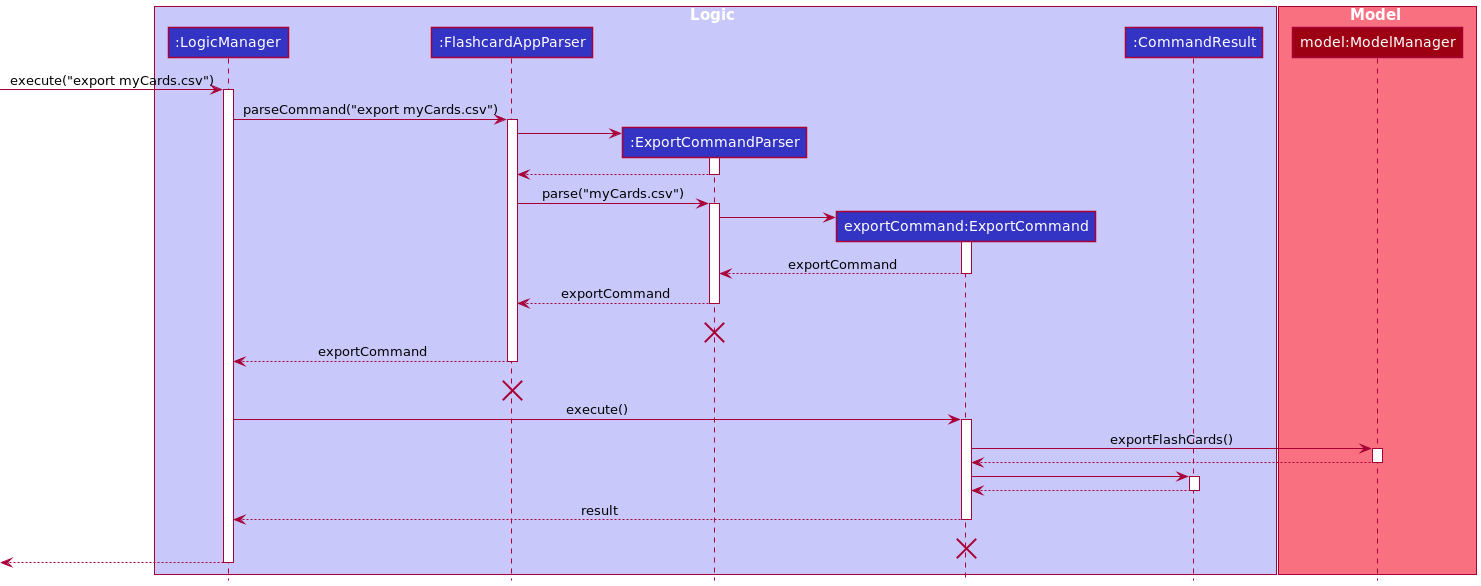
Above: docs/images/ExportSequenceDiagram.png in sharmainec/tp (PlantUML), before the change. Source of this version:
```plantuml
@startuml
!include style.puml

box Logic LOGIC_COLOR_T1
participant ":LogicManager" as LogicManager LOGIC_COLOR
participant ":FlashcardAppParser" as FlashcardAppParser LOGIC_COLOR
participant ":ExportCommandParser" as ExportCommandParser LOGIC_COLOR
participant "exportCommand:ExportCommand" as ExportCommand LOGIC_COLOR
participant ":CommandResult" as CommandResult LOGIC_COLOR
end box

box Model MODEL_COLOR_T1
participant "model:ModelManager" as Model MODEL_COLOR
end box

[-> LogicManager : execute("export myCards.csv")
activate LogicManager

LogicManager -> FlashcardAppParser : parseCommand("export myCards.csv")
activate FlashcardAppParser

create ExportCommandParser
FlashcardAppParser -> ExportCommandParser
activate ExportCommandParser

ExportCommandParser --> FlashcardAppParser
deactivate ExportCommandParser

FlashcardAppParser -> ExportCommandParser: parse("myCards.csv")
activate ExportCommandParser

create ExportCommand
ExportCommandParser -> ExportCommand
activate ExportCommand

ExportCommand --> ExportCommandParser : exportCommand
deactivate ExportCommand

ExportCommandParser --> FlashcardAppParser: exportCommand
deactivate ExportCommandParser

ExportCommandParser -[hidden]-> FlashcardAppParser: exportCommand
destroy ExportCommandParser

FlashcardAppParser --> LogicManager : exportCommand
deactivate FlashcardAppParser

FlashcardAppParser -[hidden]-> LogicManager : exportCommand
destroy FlashcardAppParser

LogicManager -> ExportCommand : execute()
activate ExportCommand

ExportCommand -> Model : exportFlashCards()
activate Model

Model --> ExportCommand
deactivate Model

ExportCommand -> CommandResult
activate CommandResult

CommandResult --> ExportCommand
deactivate CommandResult

ExportCommand --> LogicManager : result
deactivate ExportCommand

ExportCommand -[hidden]-> LogicManager : result
destroy ExportCommand

[<--LogicManager
deactivate LogicManager
@enduml
```
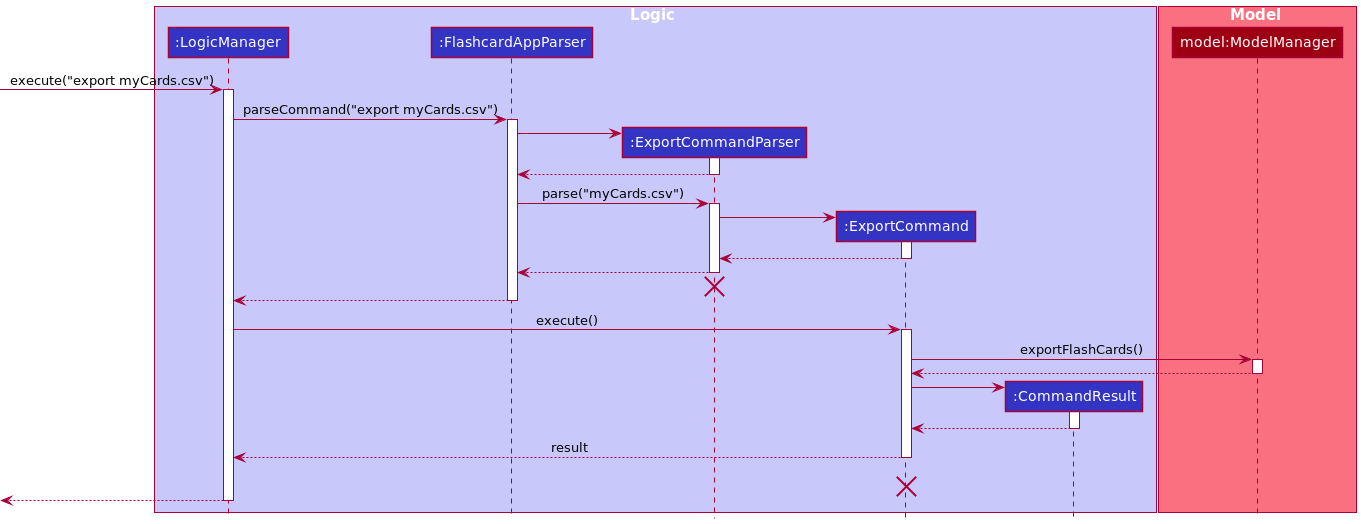
The same diagram one commit later.

Commit message:
Edit UML diagrams

The edit, as a diff of the source:
```diff
@@ -5,7 +5,7 @@
 participant ":LogicManager" as LogicManager LOGIC_COLOR
 participant ":FlashcardAppParser" as FlashcardAppParser LOGIC_COLOR
 participant ":ExportCommandParser" as ExportCommandParser LOGIC_COLOR
-participant "exportCommand:ExportCommand" as ExportCommand LOGIC_COLOR
+participant ":ExportCommand" as ExportCommand LOGIC_COLOR
 participant ":CommandResult" as CommandResult LOGIC_COLOR
 end box
 
@@ -33,20 +33,17 @@
 ExportCommandParser -> ExportCommand
 activate ExportCommand
 
-ExportCommand --> ExportCommandParser : exportCommand
+ExportCommand --> ExportCommandParser
 deactivate ExportCommand
 
-ExportCommandParser --> FlashcardAppParser: exportCommand
+ExportCommandParser --> FlashcardAppParser
 deactivate ExportCommandParser
 
-ExportCommandParser -[hidden]-> FlashcardAppParser: exportCommand
+ExportCommandParser -[hidden]-> FlashcardAppParser
 destroy ExportCommandParser
 
-FlashcardAppParser --> LogicManager : exportCommand
+FlashcardAppParser --> LogicManager
 deactivate FlashcardAppParser
-
-FlashcardAppParser -[hidden]-> LogicManager : exportCommand
-destroy FlashcardAppParser
 
 LogicManager -> ExportCommand : execute()
 activate ExportCommand
@@ -57,6 +54,7 @@
 Model --> ExportCommand
 deactivate Model
 
+create CommandResult
 ExportCommand -> CommandResult
 activate CommandResult
 
```
